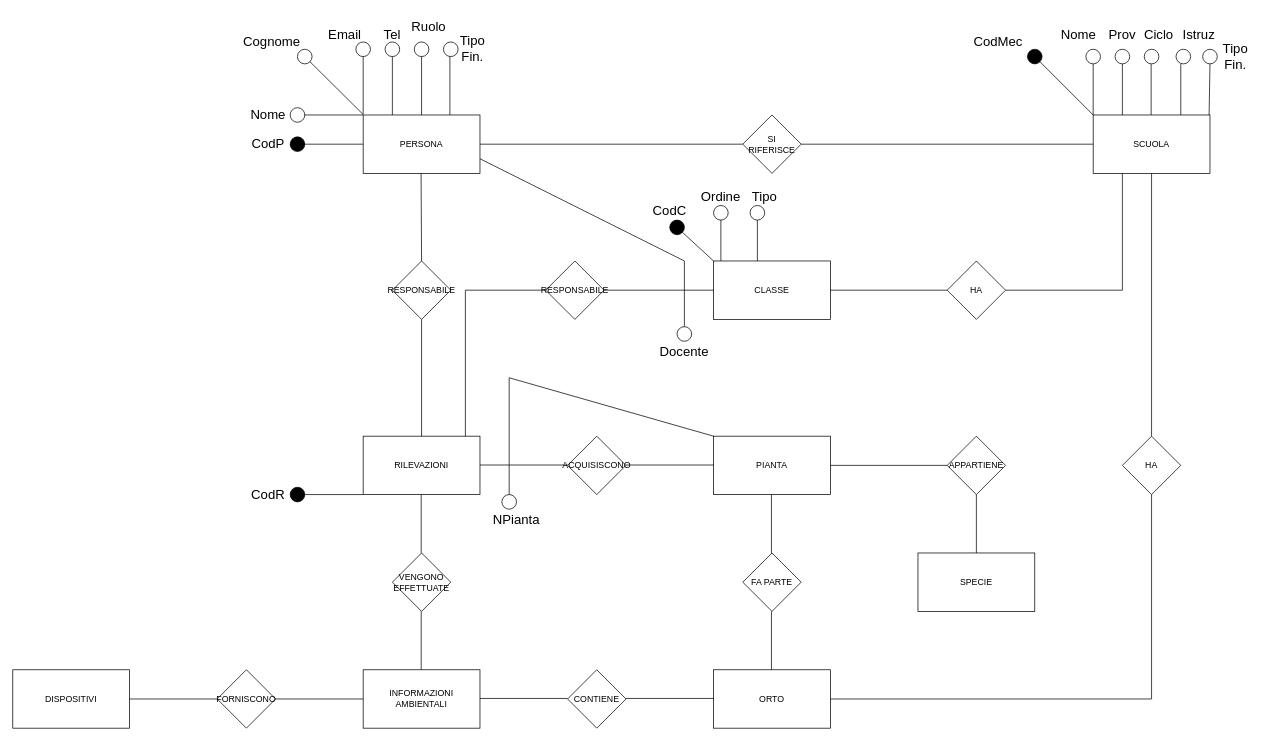
Before: BD_ER_2023.drawio in pizzo-kyle/unige, a draw.io diagram. Source tidied: cells renumbered, new cells numbered last; positions are measured from the earlier drawing's top-left corner, leaving out a move shared by most shapes. Both pictures are drawn from the tidied source at 73%, with x=0, y=0 at pixel (12, 12).
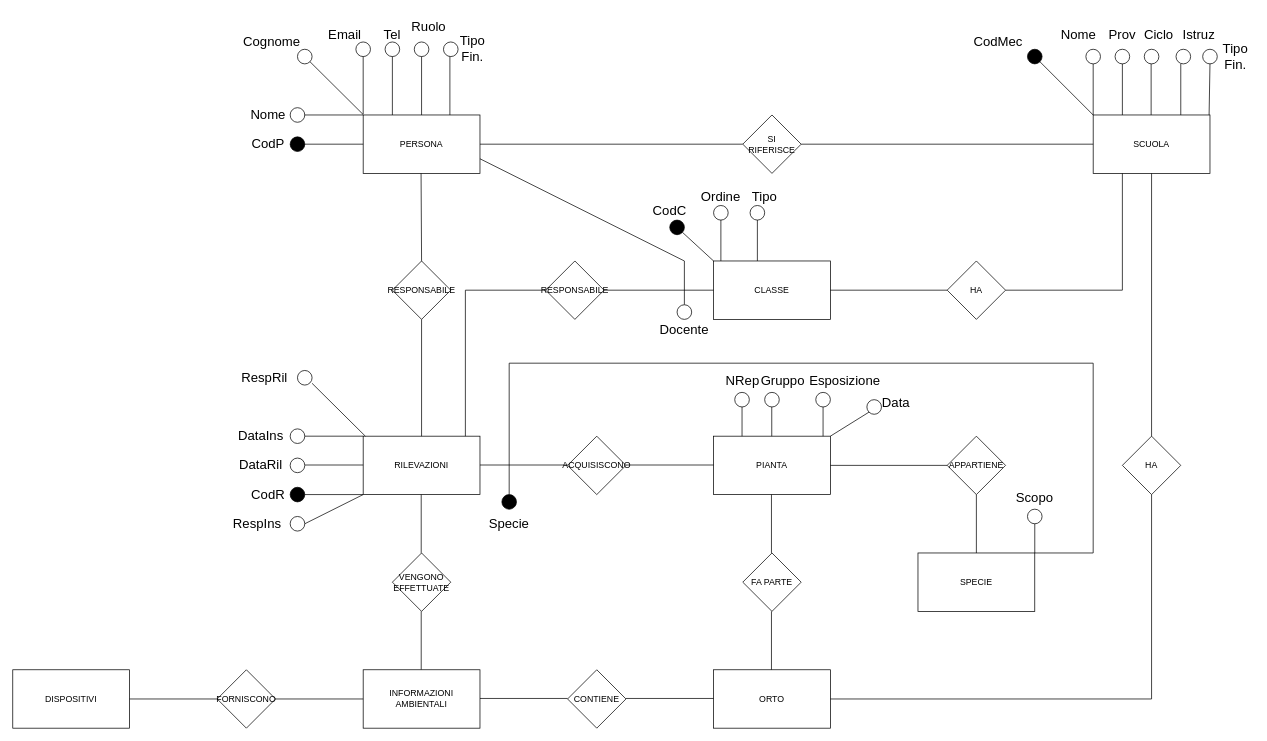
Above is the later version.

Unchanged cells that the change refers to:
```xml
<mxCell id="3" value="PERSONA" style="rounded=0;whiteSpace=wrap;html=1;" parent="1" vertex="1">
  <mxGeometry x="480" y="140" width="160" height="80" as="geometry" />
</mxCell>
<mxCell id="14" value="PIANTA" style="rounded=0;whiteSpace=wrap;html=1;" parent="1" vertex="1">
  <mxGeometry x="960" y="580" width="160" height="80" as="geometry" />
</mxCell>
<mxCell id="18" value="SPECIE" style="rounded=0;whiteSpace=wrap;html=1;" parent="1" vertex="1">
  <mxGeometry x="1240" y="740" width="160" height="80" as="geometry" />
</mxCell>
```

Change to the diagram source:
```diff
@@
-    <mxCell id="98" style="endArrow=none;html=1;rounded=0;exitX=0;exitY=0.25;exitDx=0;exitDy=0;" parent="1" edge="1" source="100">
-      <mxGeometry relative="1" as="geometry">
-        <mxPoint x="920" y="440" as="targetPoint" />
-      </mxGeometry>
-    </mxCell>
-    <mxCell id="99" style="endArrow=none;html=1;rounded=0;exitX=1;exitY=0.75;exitDx=0;exitDy=0;" parent="1" edge="1" source="3" target="100">
+    <mxCell id="99" style="endArrow=none;html=1;rounded=0;exitX=1;exitY=0.75;exitDx=0;exitDy=0;" parent="1" edge="1" source="3">
       <mxGeometry relative="1" as="geometry">
+        <mxPoint x="920" y="400" as="targetPoint" />
         <Array as="points">
           <mxPoint x="920" y="340" />
         </Array>
       </mxGeometry>
     </mxCell>
     <mxCell id="100" style="ellipse;whiteSpace=wrap;html=1;" parent="1" vertex="1">
-      <mxGeometry x="910" y="430" width="20" height="20" as="geometry" />
+      <mxGeometry x="910" y="400" width="20" height="20" as="geometry" />
     </mxCell>
     <mxCell id="101" value="&lt;font style=&quot;font-size: 18px;&quot;&gt;Docente&lt;/font&gt;" style="text;html=1;strokeColor=none;fillColor=none;align=center;verticalAlign=middle;whiteSpace=wrap;rounded=0;" parent="1" vertex="1">
-      <mxGeometry x="890" y="450" width="60" height="30" as="geometry" />
+      <mxGeometry x="890" y="420" width="60" height="30" as="geometry" />
     </mxCell>
@@
-    <mxCell id="105" style="ellipse;whiteSpace=wrap;html=1;fillColor=#FFFFFF;direction=south;gradientColor=none;" parent="1" vertex="1">
+    <mxCell id="105" style="ellipse;whiteSpace=wrap;html=1;fillColor=#000000;direction=south;gradientColor=none;" parent="1" vertex="1">
       <mxGeometry x="670" y="660" width="20" height="20" as="geometry" />
     </mxCell>
-    <mxCell id="106" style="endArrow=none;html=1;rounded=0;exitX=0;exitY=0;exitDx=0;exitDy=0;" parent="1" edge="1" source="14">
-      <mxGeometry relative="1" as="geometry">
-        <mxPoint x="680" y="660" as="targetPoint" />
-        <Array as="points">
-          <mxPoint x="680" y="500" />
-        </Array>
-      </mxGeometry>
-    </mxCell>
-    <mxCell id="107" value="&lt;span style=&quot;font-size: 18px;&quot;&gt;NPianta&lt;/span&gt;" style="text;html=1;strokeColor=none;fillColor=none;align=center;verticalAlign=middle;whiteSpace=wrap;rounded=0;" parent="1" vertex="1">
-      <mxGeometry x="660" y="680" width="60" height="30" as="geometry" />
-    </mxCell>
+    <mxCell id="108" style="endArrow=none;html=1;rounded=0;exitX=0.5;exitY=0;exitDx=0;exitDy=0;" parent="1" edge="1">
+      <mxGeometry relative="1" as="geometry">
+        <mxPoint x="400" y="619.5" as="sourcePoint" />
+        <mxPoint x="480" y="619.5" as="targetPoint" />
+      </mxGeometry>
+    </mxCell>
+    <mxCell id="109" style="ellipse;whiteSpace=wrap;html=1;fillColor=#FFFFFF;direction=south;gradientColor=none;" parent="1" vertex="1">
+      <mxGeometry x="380" y="610" width="20" height="20" as="geometry" />
+    </mxCell>
+    <mxCell id="110" value="&lt;span style=&quot;font-size: 18px;&quot;&gt;DataRil&lt;/span&gt;" style="text;html=1;strokeColor=none;fillColor=none;align=center;verticalAlign=middle;whiteSpace=wrap;rounded=0;" parent="1" vertex="1">
+      <mxGeometry x="300" y="600" width="80" height="40" as="geometry" />
+    </mxCell>
+    <mxCell id="111" style="endArrow=none;html=1;rounded=0;exitX=0.5;exitY=0;exitDx=0;exitDy=0;" parent="1" edge="1">
+      <mxGeometry relative="1" as="geometry">
+        <mxPoint x="400" y="580" as="sourcePoint" />
+        <mxPoint x="480" y="580" as="targetPoint" />
+      </mxGeometry>
+    </mxCell>
+    <mxCell id="112" style="ellipse;whiteSpace=wrap;html=1;fillColor=#FFFFFF;direction=south;gradientColor=none;" parent="1" vertex="1">
+      <mxGeometry x="380" y="570" width="20" height="20" as="geometry" />
+    </mxCell>
+    <mxCell id="113" value="&lt;span style=&quot;font-size: 18px;&quot;&gt;DataIns&lt;/span&gt;" style="text;html=1;strokeColor=none;fillColor=none;align=center;verticalAlign=middle;whiteSpace=wrap;rounded=0;" parent="1" vertex="1">
+      <mxGeometry x="300" y="560" width="80" height="40" as="geometry" />
+    </mxCell>
+    <mxCell id="114" style="endArrow=none;html=1;rounded=0;" parent="1" edge="1">
+      <mxGeometry relative="1" as="geometry">
+        <mxPoint x="410" y="507.6" as="sourcePoint" />
+        <mxPoint x="483" y="580" as="targetPoint" />
+      </mxGeometry>
+    </mxCell>
+    <mxCell id="115" style="ellipse;whiteSpace=wrap;html=1;fillColor=#FFFFFF;direction=south;gradientColor=none;" parent="1" vertex="1">
+      <mxGeometry x="390" y="490" width="20" height="20" as="geometry" />
+    </mxCell>
+    <mxCell id="116" value="&lt;span style=&quot;font-size: 18px;&quot;&gt;RespRil&lt;/span&gt;" style="text;html=1;strokeColor=none;fillColor=none;align=center;verticalAlign=middle;whiteSpace=wrap;rounded=0;" parent="1" vertex="1">
+      <mxGeometry x="300" y="480" width="90" height="40" as="geometry" />
+    </mxCell>
+    <mxCell id="117" style="endArrow=none;html=1;rounded=0;" parent="1" edge="1">
+      <mxGeometry relative="1" as="geometry">
+        <mxPoint x="400" y="700" as="sourcePoint" />
+        <mxPoint x="480" y="660" as="targetPoint" />
+      </mxGeometry>
+    </mxCell>
+    <mxCell id="118" style="ellipse;whiteSpace=wrap;html=1;fillColor=#FFFFFF;direction=south;gradientColor=none;" parent="1" vertex="1">
+      <mxGeometry x="380" y="690" width="20" height="20" as="geometry" />
+    </mxCell>
+    <mxCell id="119" value="&lt;span style=&quot;font-size: 18px;&quot;&gt;RespIns&lt;/span&gt;" style="text;html=1;strokeColor=none;fillColor=none;align=center;verticalAlign=middle;whiteSpace=wrap;rounded=0;" parent="1" vertex="1">
+      <mxGeometry x="290" y="680" width="90" height="40" as="geometry" />
+    </mxCell>
+    <mxCell id="120" value="&lt;span style=&quot;font-size: 18px;&quot;&gt;Specie&lt;/span&gt;" style="text;html=1;strokeColor=none;fillColor=none;align=center;verticalAlign=middle;whiteSpace=wrap;rounded=0;" parent="1" vertex="1">
+      <mxGeometry x="650" y="680" width="60" height="40" as="geometry" />
+    </mxCell>
+    <mxCell id="121" style="ellipse;whiteSpace=wrap;html=1;fillColor=#FFFFFF;direction=south;gradientColor=none;" parent="1" vertex="1">
+      <mxGeometry x="1390" y="680" width="20" height="20" as="geometry" />
+    </mxCell>
+    <mxCell id="122" value="&lt;span style=&quot;font-size: 18px;&quot;&gt;Scopo&lt;/span&gt;" style="text;html=1;strokeColor=none;fillColor=none;align=center;verticalAlign=middle;whiteSpace=wrap;rounded=0;" parent="1" vertex="1">
+      <mxGeometry x="1370" y="650" width="60" height="30" as="geometry" />
+    </mxCell>
+    <mxCell id="123" style="endArrow=none;html=1;rounded=0;entryX=0;entryY=0;entryDx=0;entryDy=0;" parent="1" edge="1">
+      <mxGeometry relative="1" as="geometry">
+        <mxPoint x="999" y="540" as="sourcePoint" />
+        <mxPoint x="999" y="580" as="targetPoint" />
+      </mxGeometry>
+    </mxCell>
+    <mxCell id="124" style="ellipse;whiteSpace=wrap;html=1;fillColor=#FFFFFF;direction=south;gradientColor=none;" parent="1" vertex="1">
+      <mxGeometry x="989" y="520" width="20" height="20" as="geometry" />
+    </mxCell>
+    <mxCell id="125" value="&lt;span style=&quot;font-size: 18px;&quot;&gt;NRep&lt;/span&gt;" style="text;html=1;strokeColor=none;fillColor=none;align=center;verticalAlign=middle;whiteSpace=wrap;rounded=0;" parent="1" vertex="1">
+      <mxGeometry x="970" y="490" width="60" height="30" as="geometry" />
+    </mxCell>
+    <mxCell id="126" style="endArrow=none;html=1;rounded=0;entryX=0;entryY=0;entryDx=0;entryDy=0;" parent="1" edge="1">
+      <mxGeometry relative="1" as="geometry">
+        <mxPoint x="1039.7" y="540" as="sourcePoint" />
+        <mxPoint x="1039.7" y="580" as="targetPoint" />
+      </mxGeometry>
+    </mxCell>
+    <mxCell id="127" value="&lt;span style=&quot;font-size: 18px;&quot;&gt;Gruppo&lt;/span&gt;" style="text;html=1;strokeColor=none;fillColor=none;align=center;verticalAlign=middle;whiteSpace=wrap;rounded=0;" parent="1" vertex="1">
+      <mxGeometry x="1030" y="490" width="50" height="30" as="geometry" />
+    </mxCell>
+    <mxCell id="128" style="ellipse;whiteSpace=wrap;html=1;fillColor=#FFFFFF;direction=south;gradientColor=none;" parent="1" vertex="1">
+      <mxGeometry x="1030" y="520" width="20" height="20" as="geometry" />
+    </mxCell>
+    <mxCell id="129" style="endArrow=none;html=1;rounded=0;entryX=0;entryY=0;entryDx=0;entryDy=0;" parent="1" edge="1">
+      <mxGeometry relative="1" as="geometry">
+        <mxPoint x="1110" y="540" as="sourcePoint" />
+        <mxPoint x="1110" y="580" as="targetPoint" />
+      </mxGeometry>
+    </mxCell>
+    <mxCell id="130" style="ellipse;whiteSpace=wrap;html=1;fillColor=#FFFFFF;direction=south;gradientColor=none;" parent="1" vertex="1">
+      <mxGeometry x="1100" y="520" width="20" height="20" as="geometry" />
+    </mxCell>
+    <mxCell id="131" value="&lt;span style=&quot;font-size: 18px;&quot;&gt;Esposizione&lt;/span&gt;" style="text;html=1;strokeColor=none;fillColor=none;align=center;verticalAlign=middle;whiteSpace=wrap;rounded=0;" parent="1" vertex="1">
+      <mxGeometry x="1090" y="490" width="100" height="30" as="geometry" />
+    </mxCell>
+    <mxCell id="132" style="endArrow=none;html=1;rounded=0;entryX=1;entryY=0;entryDx=0;entryDy=0;exitX=1;exitY=1;exitDx=0;exitDy=0;" parent="1" edge="1" source="133" target="14">
+      <mxGeometry relative="1" as="geometry" />
+    </mxCell>
+    <mxCell id="133" style="ellipse;whiteSpace=wrap;html=1;fillColor=#FFFFFF;direction=south;gradientColor=none;" parent="1" vertex="1">
+      <mxGeometry x="1170" y="530" width="20" height="20" as="geometry" />
+    </mxCell>
+    <mxCell id="134" value="&lt;span style=&quot;font-size: 18px;&quot;&gt;Data&lt;/span&gt;" style="text;html=1;strokeColor=none;fillColor=none;align=center;verticalAlign=middle;whiteSpace=wrap;rounded=0;" parent="1" vertex="1">
+      <mxGeometry x="1190" y="520" width="40" height="30" as="geometry" />
+    </mxCell>
+    <mxCell id="135" style="endArrow=none;html=1;rounded=0;entryX=0;entryY=0;entryDx=0;entryDy=0;" parent="1" edge="1">
+      <mxGeometry relative="1" as="geometry">
+        <mxPoint x="1400" y="700" as="sourcePoint" />
+        <mxPoint x="1400" y="740" as="targetPoint" />
+      </mxGeometry>
+    </mxCell>
+    <mxCell id="136" style="endArrow=none;html=1;rounded=0;exitX=1;exitY=0;exitDx=0;exitDy=0;" parent="1" edge="1" source="18">
+      <mxGeometry relative="1" as="geometry">
+        <mxPoint x="680" y="660" as="targetPoint" />
+        <Array as="points">
+          <mxPoint x="1480" y="740" />
+          <mxPoint x="1480" y="480" />
+          <mxPoint x="680" y="480" />
+        </Array>
+      </mxGeometry>
+    </mxCell>
```
